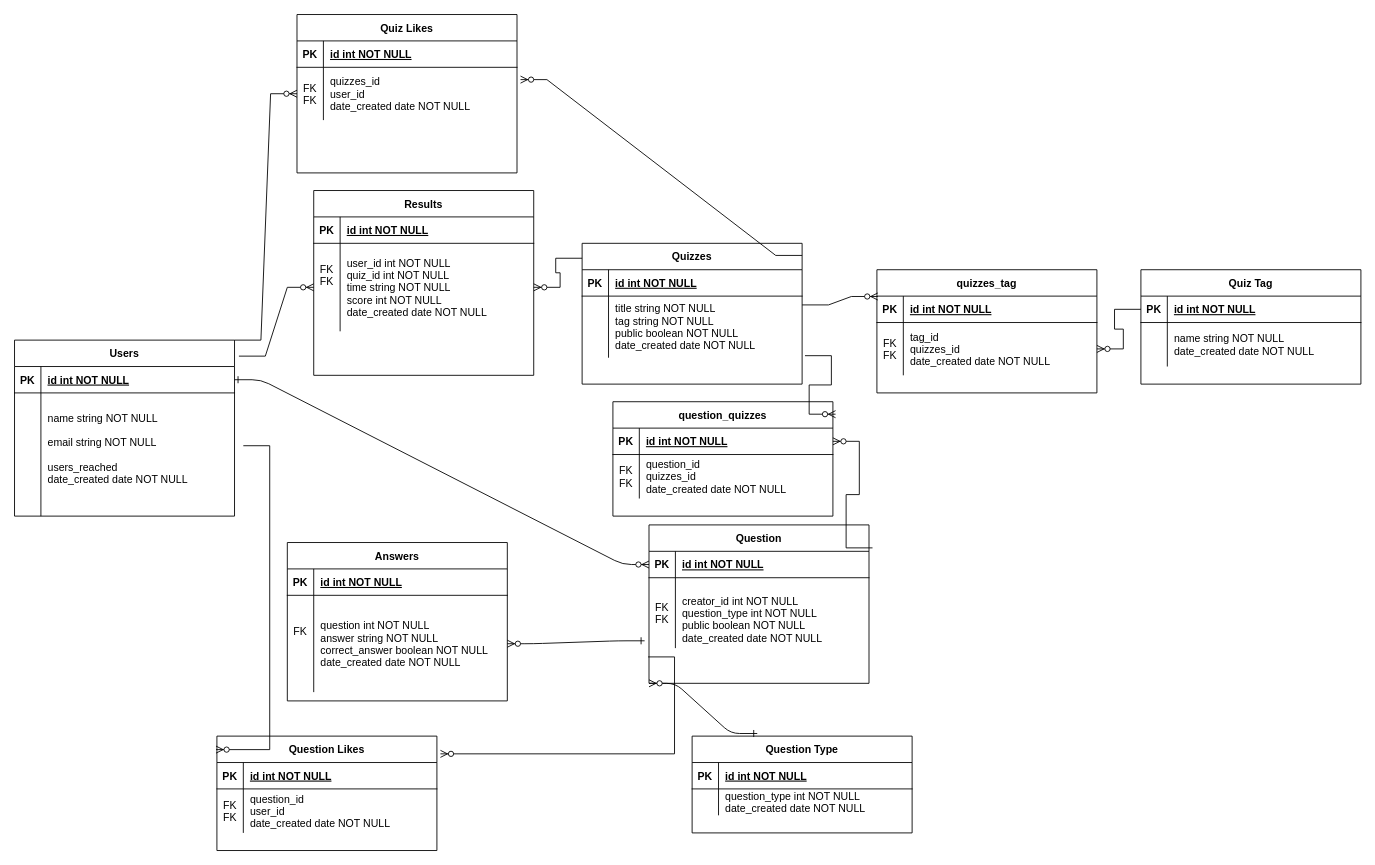
Before: page "Page-1" (1 of 2) of docs/StudyAI_ERD.drawio in chingu-voyages/v46-tier3-team-39, a draw.io diagram. Source tidied: cells renumbered, new cells numbered last; positions are measured from the earlier drawing's top-left corner, leaving out a move shared by most shapes. Both pictures are drawn from the tidied source at 88%, with x=0, y=0 at pixel (14, 14).
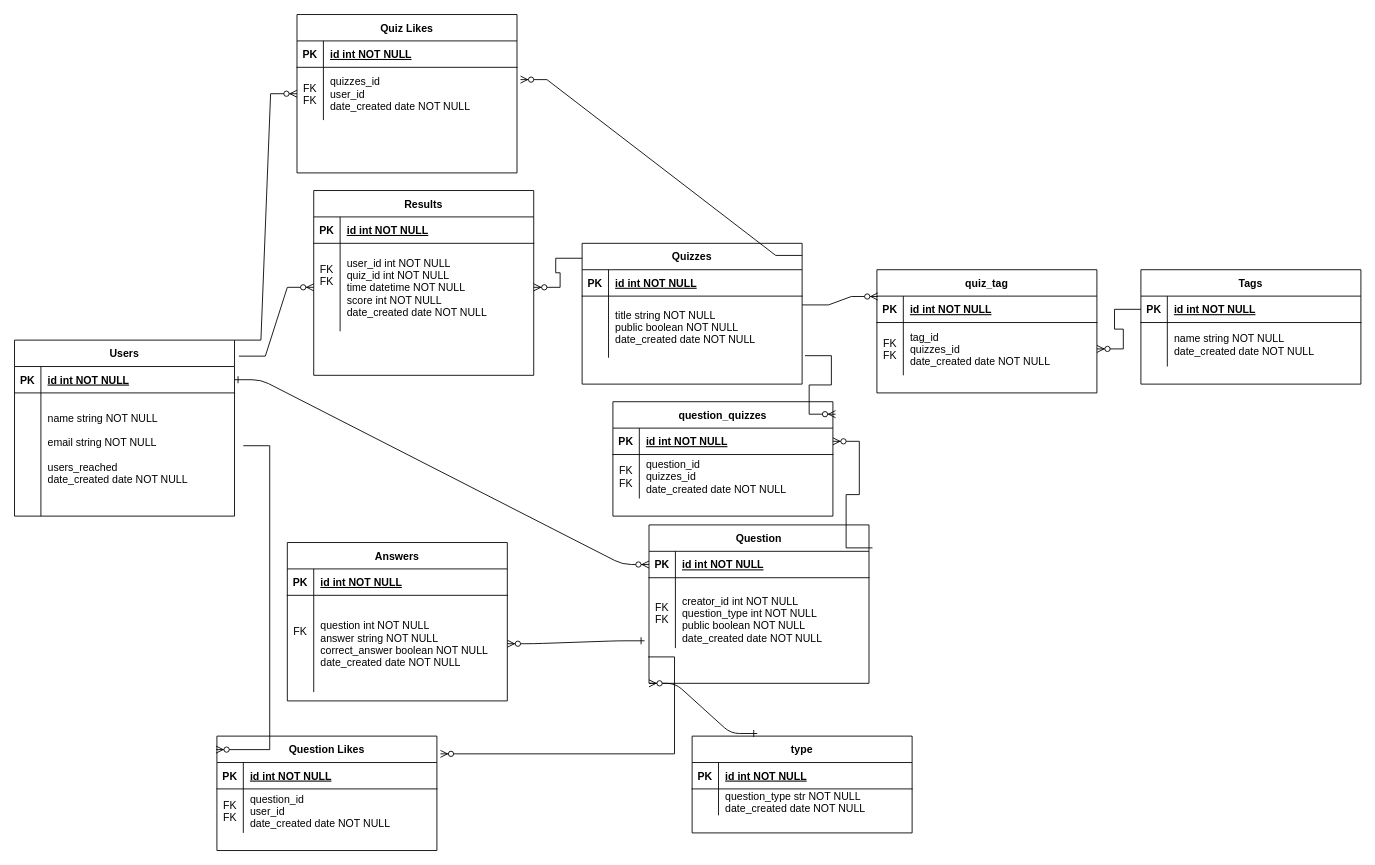
After the change.

The change refers to these unchanged cells:
```xml
<mxCell id="7" style="shape=partialRectangle;fillColor=none;points=[[0,0.5],[1,0.5]];portConstraint=eastwest;top=0;left=0;right=0;bottom=0;" parent="3" vertex="1">
  <mxGeometry y="60" width="250" height="70" as="geometry" />
</mxCell>
<mxCell id="28" style="shape=partialRectangle;fillColor=none;top=0;left=0;right=0;bottom=0;" parent="24" vertex="1">
  <mxGeometry y="60" width="250" height="30" as="geometry" />
</mxCell>
<mxCell id="53" style="shape=partialRectangle;fillColor=none;points=[[0,0.5],[1,0.5]];portConstraint=eastwest;top=0;left=0;right=0;bottom=0;" parent="49" vertex="1">
  <mxGeometry y="60" width="250" height="100" as="geometry" />
</mxCell>
```

Change to the diagram source:
```diff
@@
-    <mxCell id="9" value="title string NOT NULL&#10;tag string NOT NULL&#10;public boolean NOT NULL&#10;date_created date NOT NULL" style="shape=partialRectangle;overflow=hidden;fillColor=none;top=0;left=0;bottom=0;right=0;align=left;spacingLeft=6;" parent="7" vertex="1">
+    <mxCell id="9" value="title string NOT NULL&#10;public boolean NOT NULL&#10;date_created date NOT NULL" style="shape=partialRectangle;overflow=hidden;fillColor=none;top=0;left=0;bottom=0;right=0;align=left;spacingLeft=6;" parent="7" vertex="1">
       <mxGeometry x="30" width="220" height="70" as="geometry" />
     </mxCell>
@@
-    <mxCell id="24" value="Question Type" style="shape=table;startSize=30;childLayout=tableLayout;rowLines=0;fontStyle=1;align=center;" parent="1" vertex="1">
+    <mxCell id="24" value="type" style="shape=table;startSize=30;childLayout=tableLayout;rowLines=0;fontStyle=1;align=center;" parent="1" vertex="1">
       <mxGeometry x="770" y="820" width="250" height="110" as="geometry" />
     </mxCell>
@@
-    <mxCell id="30" value="question_type int NOT NULL&#10;date_created date NOT NULL" style="shape=partialRectangle;overflow=hidden;fillColor=none;top=0;left=0;bottom=0;right=0;align=left;spacingLeft=6;" parent="28" vertex="1">
+    <mxCell id="30" value="question_type str NOT NULL&#10;date_created date NOT NULL" style="shape=partialRectangle;overflow=hidden;fillColor=none;top=0;left=0;bottom=0;right=0;align=left;spacingLeft=6;" parent="28" vertex="1">
       <mxGeometry x="30" width="220" height="30" as="geometry" />
     </mxCell>
@@
-    <mxCell id="55" value="&#10;user_id int NOT NULL&#10;quiz_id int NOT NULL&#10;time string NOT NULL&#10;score int NOT NULL&#10;date_created date NOT NULL&#10;" style="shape=partialRectangle;overflow=hidden;fillColor=none;top=0;left=0;bottom=0;right=0;align=left;spacingLeft=6;" parent="53" vertex="1">
+    <mxCell id="55" value="&#10;user_id int NOT NULL&#10;quiz_id int NOT NULL&#10;time datetime NOT NULL&#10;score int NOT NULL&#10;date_created date NOT NULL&#10;" style="shape=partialRectangle;overflow=hidden;fillColor=none;top=0;left=0;bottom=0;right=0;align=left;spacingLeft=6;" parent="53" vertex="1">
       <mxGeometry x="30" width="220" height="100" as="geometry" />
     </mxCell>
@@
-    <mxCell id="58" value="Quiz Tag" style="shape=table;startSize=30;childLayout=tableLayout;rowLines=0;fontStyle=1;align=center;" parent="1" vertex="1">
+    <mxCell id="58" value="Tags" style="shape=table;startSize=30;childLayout=tableLayout;rowLines=0;fontStyle=1;align=center;" parent="1" vertex="1">
       <mxGeometry x="1280" y="290" width="250" height="130" as="geometry" />
     </mxCell>
@@
-    <mxCell id="65" value="quizzes_tag" style="shape=table;startSize=30;childLayout=tableLayout;rowLines=0;fontStyle=1;align=center;" parent="1" vertex="1">
+    <mxCell id="65" value="quiz_tag" style="shape=table;startSize=30;childLayout=tableLayout;rowLines=0;fontStyle=1;align=center;" parent="1" vertex="1">
       <mxGeometry x="980" y="290" width="250" height="140" as="geometry" />
     </mxCell>
```
